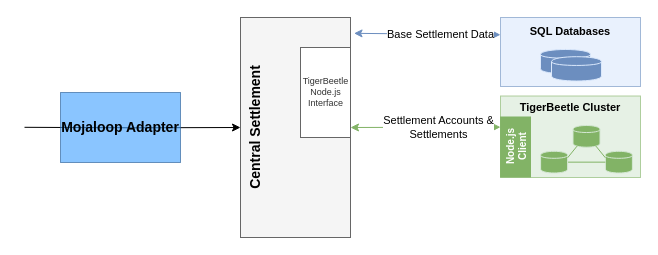
The draw.io diagram solution_design/central-settlement-diagram-to-be.drawio in coilhq/mucoa, before the edit. Source tidied: cells renumbered, new cells numbered last; positions are measured from the earlier drawing's top-left corner, leaving out a move shared by most shapes. Both pictures are drawn from the tidied source at 100%, with x=0, y=0 at pixel (24, 17).
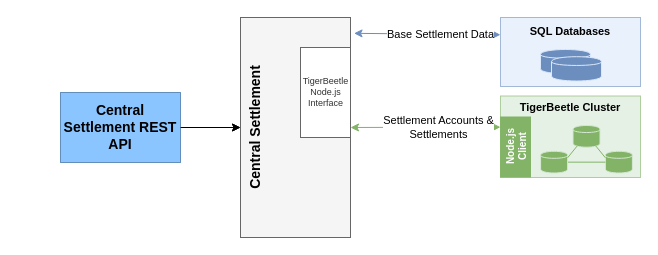
The same diagram, later.

The change refers to these unchanged cells:
```xml
<mxCell id="9" value="&lt;font color=&quot;#000000&quot; style=&quot;font-size: 14px&quot;&gt;&lt;span style=&quot;font-size: 14px&quot;&gt;Central Settlement&lt;/span&gt;&lt;br style=&quot;font-size: 14px&quot;&gt;&lt;/font&gt;" style="rounded=0;whiteSpace=wrap;html=1;fillColor=#f5f5f5;strokeColor=#666666;fontStyle=1;verticalAlign=top;horizontal=0;fontSize=14;fontColor=#333333;" parent="1" vertex="1">
  <mxGeometry x="216" width="110" height="220" as="geometry" />
</mxCell>
```

Change to the diagram source:
```diff
@@
-    <mxCell id="6" style="edgeStyle=orthogonalEdgeStyle;rounded=0;jettySize=auto;html=1;exitX=1;exitY=0.5;exitDx=0;exitDy=0;fontSize=10;fontColor=#000000;startArrow=none;startFill=0;endArrow=classic;endFill=1;strokeColor=#000000;fillColor=#dae8fc;entryX=0;entryY=0.5;entryDx=0;entryDy=0;" parent="1" edge="1" target="9">
-      <mxGeometry relative="1" as="geometry">
-        <mxPoint y="109.8" as="sourcePoint" />
-      </mxGeometry>
+    <mxCell id="6" style="edgeStyle=orthogonalEdgeStyle;rounded=0;jettySize=auto;html=1;exitX=1;exitY=0.5;exitDx=0;exitDy=0;fontSize=10;fontColor=#000000;startArrow=none;startFill=0;endArrow=classic;endFill=1;strokeColor=#000000;fillColor=#dae8fc;entryX=0;entryY=0.5;entryDx=0;entryDy=0;" parent="1" edge="1" source="7" target="9">
+      <mxGeometry relative="1" as="geometry" />
     </mxCell>
+    <mxCell id="24" style="edgeStyle=orthogonalEdgeStyle;rounded=0;jettySize=auto;html=1;" parent="1" edge="1" source="7" target="9">
+      <mxGeometry relative="1" as="geometry" />
+    </mxCell>
-    <mxCell id="7" value="Mojaloop Adapter" style="rounded=0;whiteSpace=wrap;html=1;fontSize=14;opacity=60;fontStyle=1;fillColor=#3D9EFF;strokeColor=#22588F;" parent="1" vertex="1">
+    <mxCell id="7" value="Central Settlement REST API" style="rounded=0;whiteSpace=wrap;html=1;fontSize=14;opacity=60;fontStyle=1;fillColor=#3D9EFF;strokeColor=#22588F;" parent="1" vertex="1">
       <mxGeometry x="36" y="75" width="120" height="70" as="geometry" />
     </mxCell>
```
